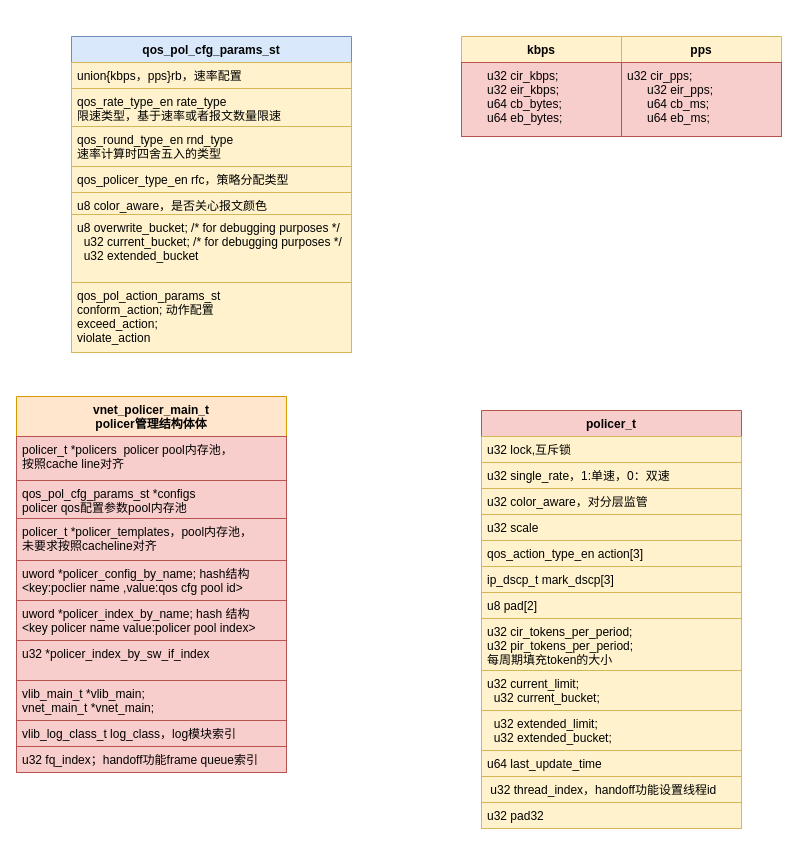
The draw.io diagram new_map/vpp policer.drawio in jin13417/dpdk-vpp-learning, before the edit. Source tidied: cells renumbered, new cells numbered last; positions are measured from the earlier drawing's top-left corner, leaving out a move shared by most shapes. Both pictures are drawn from the tidied source at 100%, with x=0, y=0 at pixel (16, 36).
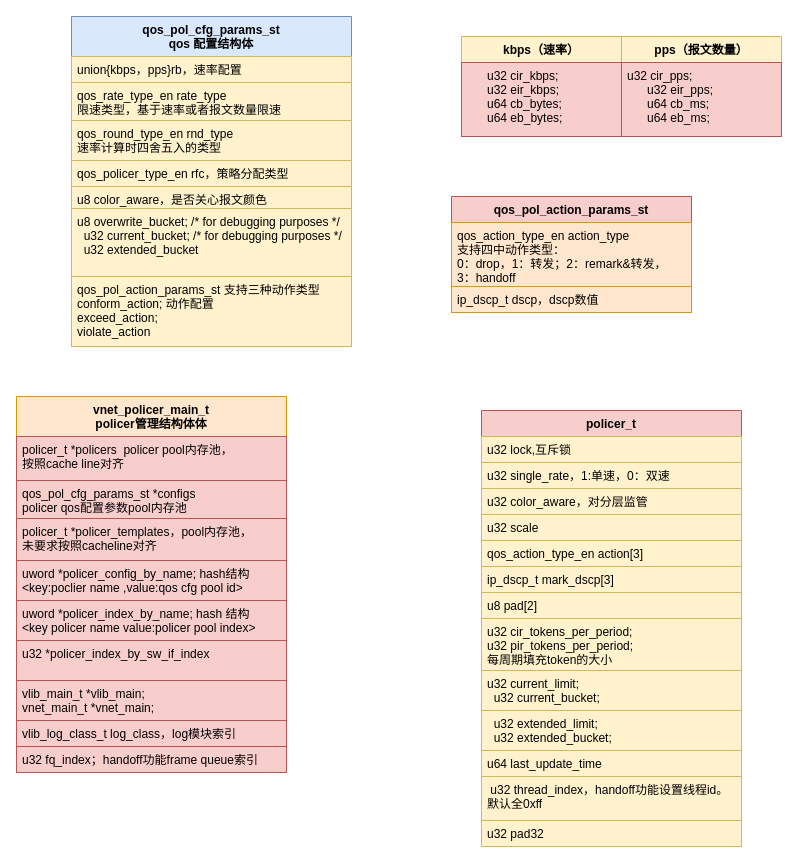
The same page after the edit.

Change to the diagram source:
```diff
@@
     <mxCell id="12" value="policer_t" style="swimlane;fontStyle=1;align=center;verticalAlign=top;horizontal=1;startSize=26;strokeColor=#b85450;fillColor=#f8cecc;" parent="1" vertex="1">
-      <mxGeometry x="465" y="374" width="260" height="418" as="geometry" />
+      <mxGeometry x="465" y="374" width="260" height="436" as="geometry" />
     </mxCell>
@@
-    <mxCell id="24" value=" u32 thread_index，handoff功能设置线程id" style="text;fillColor=#fff2cc;align=left;verticalAlign=top;spacingLeft=4;spacingRight=4;overflow=hidden;strokeColor=#d6b656;" parent="12" vertex="1">
-      <mxGeometry y="366" width="260" height="26" as="geometry" />
+    <mxCell id="24" value=" u32 thread_index，handoff功能设置线程id。&#10;默认全0xff" style="text;fillColor=#fff2cc;align=left;verticalAlign=top;spacingLeft=4;spacingRight=4;overflow=hidden;strokeColor=#d6b656;" parent="12" vertex="1">
+      <mxGeometry y="366" width="260" height="44" as="geometry" />
     </mxCell>
     <mxCell id="25" value="u32 pad32" style="text;fillColor=#fff2cc;align=left;verticalAlign=top;spacingLeft=4;spacingRight=4;overflow=hidden;strokeColor=#d6b656;" parent="12" vertex="1">
-      <mxGeometry y="392" width="260" height="26" as="geometry" />
+      <mxGeometry y="410" width="260" height="26" as="geometry" />
     </mxCell>
-    <mxCell id="26" value="qos_pol_cfg_params_st" style="swimlane;fontStyle=1;align=center;verticalAlign=top;horizontal=1;startSize=26;strokeColor=#6c8ebf;fillColor=#dae8fc;" parent="1" vertex="1">
-      <mxGeometry x="55" width="280" height="316" as="geometry" />
+    <mxCell id="26" value="qos_pol_cfg_params_st&#10;qos 配置结构体" style="swimlane;fontStyle=1;align=center;verticalAlign=top;horizontal=1;startSize=40;strokeColor=#6c8ebf;fillColor=#dae8fc;" parent="1" vertex="1">
+      <mxGeometry x="55" y="-20" width="280" height="330" as="geometry" />
     </mxCell>
     <mxCell id="27" value="union{kbps，pps}rb，速率配置" style="text;strokeColor=#d6b656;fillColor=#fff2cc;align=left;verticalAlign=top;spacingLeft=4;spacingRight=4;overflow=hidden;" parent="26" vertex="1">
-      <mxGeometry y="26" width="280" height="26" as="geometry" />
+      <mxGeometry y="40" width="280" height="26" as="geometry" />
     </mxCell>
     <mxCell id="28" value="qos_rate_type_en rate_type&#10;限速类型，基于速率或者报文数量限速" style="text;fillColor=#fff2cc;align=left;verticalAlign=top;spacingLeft=4;spacingRight=4;overflow=hidden;strokeColor=#d6b656;" parent="26" vertex="1">
-      <mxGeometry y="52" width="280" height="38" as="geometry" />
+      <mxGeometry y="66" width="280" height="38" as="geometry" />
     </mxCell>
     <mxCell id="29" value="qos_round_type_en rnd_type&#10;速率计算时四舍五入的类型" style="text;fillColor=#fff2cc;align=left;verticalAlign=top;spacingLeft=4;spacingRight=4;overflow=hidden;strokeColor=#d6b656;" parent="26" vertex="1">
-      <mxGeometry y="90" width="280" height="40" as="geometry" />
+      <mxGeometry y="104" width="280" height="40" as="geometry" />
     </mxCell>
     <mxCell id="30" value="qos_policer_type_en rfc，策略分配类型" style="text;fillColor=#fff2cc;align=left;verticalAlign=top;spacingLeft=4;spacingRight=4;overflow=hidden;strokeColor=#d6b656;" parent="26" vertex="1">
-      <mxGeometry y="130" width="280" height="26" as="geometry" />
+      <mxGeometry y="144" width="280" height="26" as="geometry" />
     </mxCell>
     <mxCell id="31" value="u8 color_aware，是否关心报文颜色" style="text;fillColor=#fff2cc;align=left;verticalAlign=top;spacingLeft=4;spacingRight=4;overflow=hidden;strokeColor=#d6b656;" parent="26" vertex="1">
-      <mxGeometry y="156" width="280" height="22" as="geometry" />
+      <mxGeometry y="170" width="280" height="22" as="geometry" />
     </mxCell>
     <mxCell id="32" value="u8 overwrite_bucket;  /* for debugging purposes */&#10;  u32 current_bucket;  /* for debugging purposes */&#10;  u32 extended_bucket" style="text;fillColor=#fff2cc;align=left;verticalAlign=top;spacingLeft=4;spacingRight=4;overflow=hidden;strokeColor=#d6b656;" parent="26" vertex="1">
-      <mxGeometry y="178" width="280" height="68" as="geometry" />
+      <mxGeometry y="192" width="280" height="68" as="geometry" />
     </mxCell>
-    <mxCell id="33" value="qos_pol_action_params_st&#10;conform_action; 动作配置&#10; exceed_action;&#10; violate_action" style="text;fillColor=#fff2cc;align=left;verticalAlign=top;spacingLeft=4;spacingRight=4;overflow=hidden;strokeColor=#d6b656;" parent="26" vertex="1">
-      <mxGeometry y="246" width="280" height="70" as="geometry" />
+    <mxCell id="33" value="qos_pol_action_params_st 支持三种动作类型&#10;conform_action; 动作配置&#10; exceed_action;&#10; violate_action" style="text;fillColor=#fff2cc;align=left;verticalAlign=top;spacingLeft=4;spacingRight=4;overflow=hidden;strokeColor=#d6b656;" parent="26" vertex="1">
+      <mxGeometry y="260" width="280" height="70" as="geometry" />
     </mxCell>
-    <mxCell id="34" value="kbps" style="swimlane;fontStyle=1;align=center;verticalAlign=top;horizontal=1;startSize=26;strokeColor=#d6b656;fillColor=#fff2cc;" parent="1" vertex="1">
+    <mxCell id="34" value="kbps（速率）" style="swimlane;fontStyle=1;align=center;verticalAlign=top;horizontal=1;startSize=26;strokeColor=#d6b656;fillColor=#fff2cc;" parent="1" vertex="1">
       <mxGeometry x="445" width="160" height="100" as="geometry" />
     </mxCell>
@@
-    <mxCell id="36" value="pps" style="swimlane;fontStyle=1;align=center;verticalAlign=top;horizontal=1;startSize=26;strokeColor=#d6b656;fillColor=#fff2cc;" parent="1" vertex="1">
+    <mxCell id="36" value="pps（报文数量）" style="swimlane;fontStyle=1;align=center;verticalAlign=top;horizontal=1;startSize=26;strokeColor=#d6b656;fillColor=#fff2cc;" parent="1" vertex="1">
       <mxGeometry x="605" width="160" height="100" as="geometry" />
     </mxCell>
@@
+    <mxCell id="38" value="qos_pol_action_params_st" style="swimlane;fontStyle=1;align=center;verticalAlign=top;horizontal=1;startSize=26;strokeColor=#b85450;fillColor=#f8cecc;" parent="1" vertex="1">
+      <mxGeometry x="435" y="160" width="240" height="116" as="geometry" />
+    </mxCell>
+    <mxCell id="39" value="qos_action_type_en action_type&#10;支持四中动作类型：&#10;0：drop，1：转发；2：remark&amp;转发，&#10;3：handoff" style="text;strokeColor=#d79b00;fillColor=#ffe6cc;align=left;verticalAlign=top;spacingLeft=4;spacingRight=4;overflow=hidden;" parent="38" vertex="1">
+      <mxGeometry y="26" width="240" height="64" as="geometry" />
+    </mxCell>
+    <mxCell id="40" value="ip_dscp_t dscp，dscp数值" style="text;strokeColor=#d79b00;fillColor=#ffe6cc;align=left;verticalAlign=top;spacingLeft=4;spacingRight=4;overflow=hidden;" parent="38" vertex="1">
+      <mxGeometry y="90" width="240" height="26" as="geometry" />
+    </mxCell>
```
